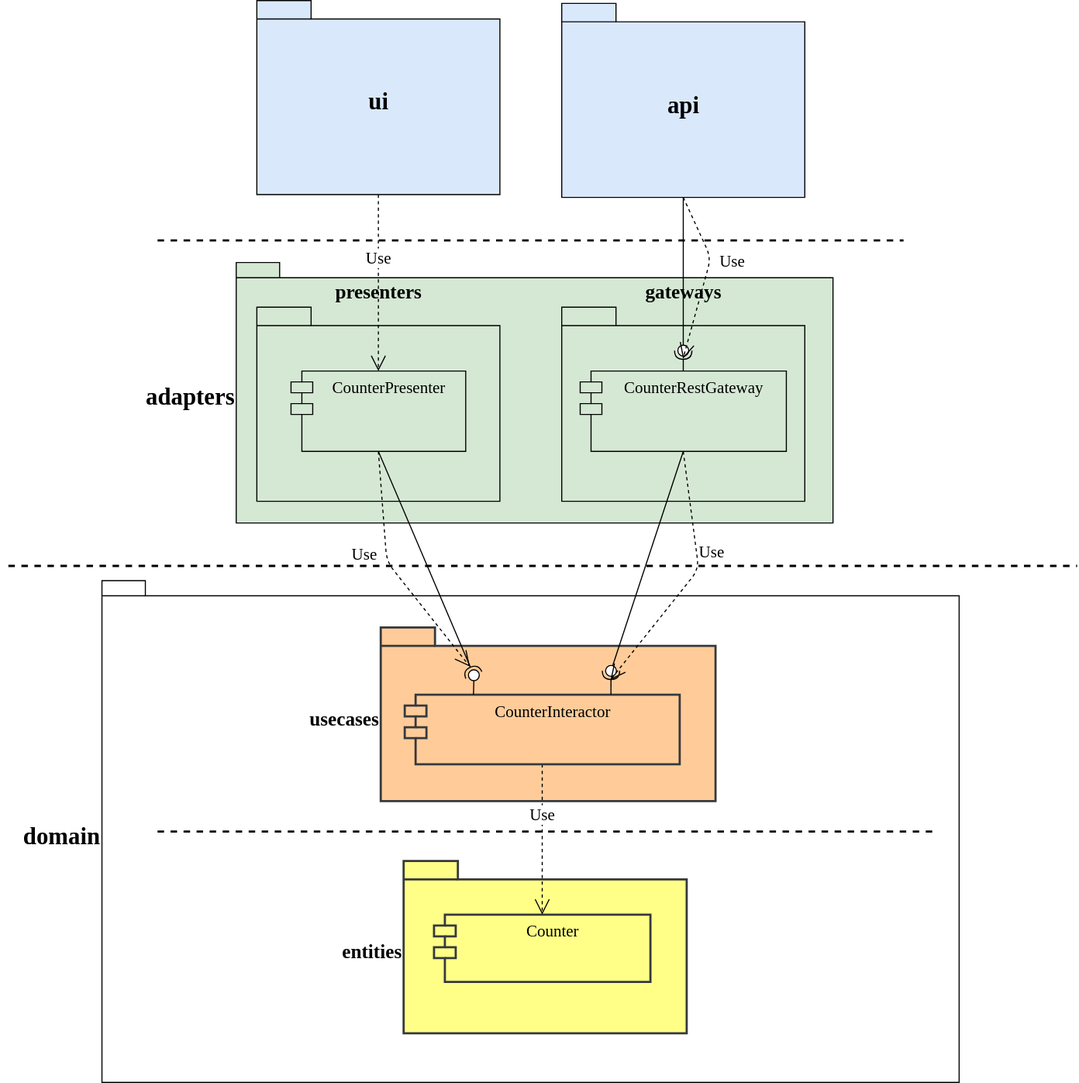
softspiders/clean-architecture-counter-starters keeps this draw.io diagram as app/diagrams/packages.uml.svg. Above is the earlier version. Source tidied: cells renumbered, new cells last; positions are measured from the earlier drawing's top-left corner, leaving out a move shared by most shapes.
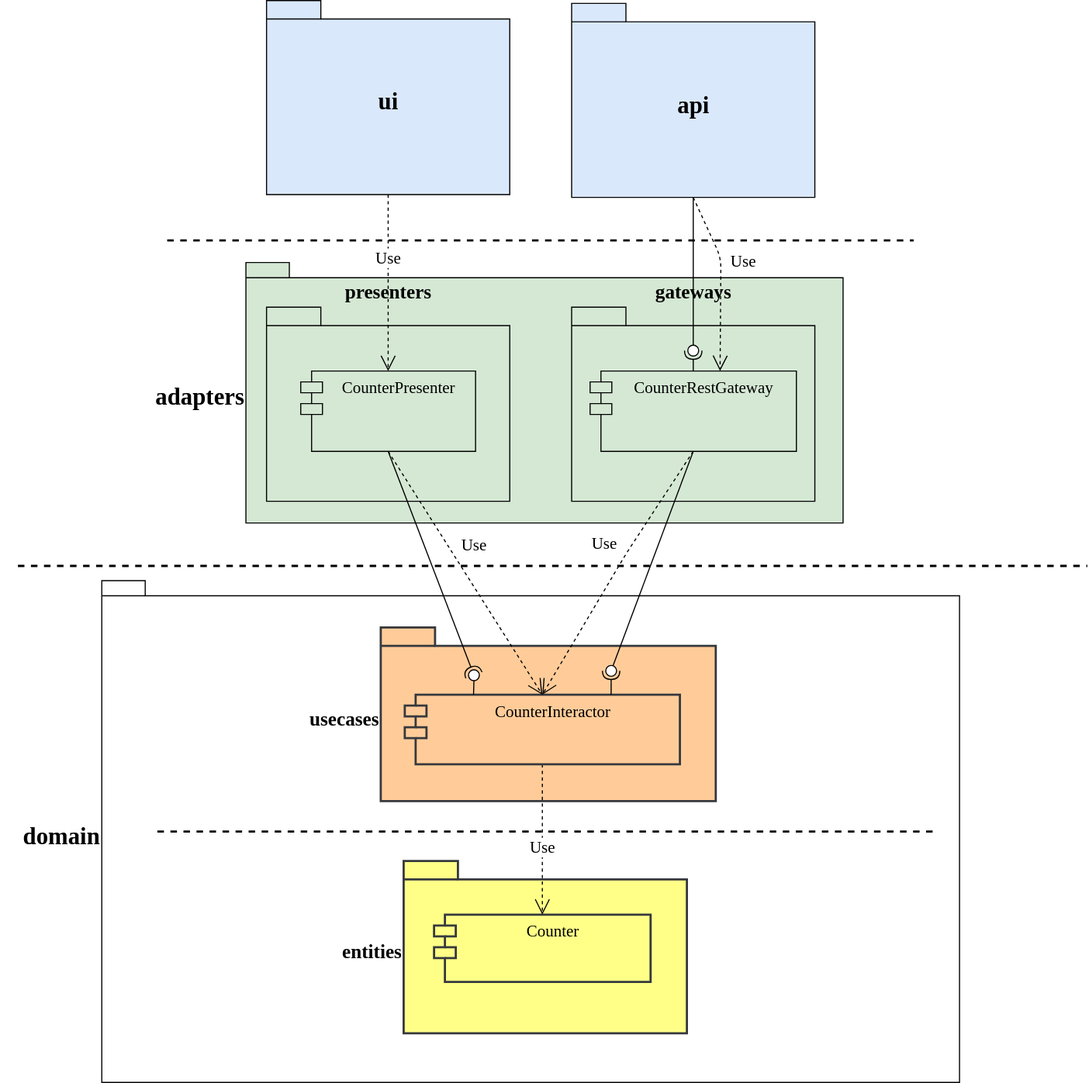
Above is the later version.

Change to the diagram source:
```diff
@@ -3,7 +3,7 @@
     <mxCell id="0" />
     <mxCell id="1" parent="0" />
     <mxCell id="2" style="group;strokeColor=none;" parent="1" vertex="1">
-      <mxGeometry x="86.2" y="534.5" width="790" height="462.5" as="geometry" />
+      <mxGeometry x="77.2" y="534.5" width="790" height="462.5" as="geometry" />
     </mxCell>
     <mxCell id="3" value="&lt;font style=&quot;font-size: 22px&quot;&gt;domain&lt;/font&gt;" style="shape=folder;fontStyle=1;spacingTop=10;tabWidth=40;tabHeight=14;tabPosition=left;html=1;fontSize=15;labelPosition=left;verticalLabelPosition=middle;align=right;verticalAlign=middle;fontFamily=Verdana;" parent="2" vertex="1">
       <mxGeometry width="790" height="462.5" as="geometry" />
@@ -21,7 +21,7 @@
       <mxGeometry x="256.9" y="43.1" width="308.5" height="160" as="geometry" />
     </mxCell>
     <mxCell id="8" value="Use" style="endArrow=open;endSize=12;dashed=1;html=1;fontFamily=Verdana;fontSize=15;exitX=0.5;exitY=1;exitDx=0;exitDy=0;entryX=0.5;entryY=0;entryDx=0;entryDy=0;" parent="2" edge="1" source="9" target="6">
-      <mxGeometry x="-0.34" relative="1" as="geometry" />
+      <mxGeometry x="0.1" relative="1" as="geometry" />
     </mxCell>
     <mxCell id="9" value="CounterInteractor" style="shape=module;align=left;spacingLeft=20;align=center;verticalAlign=top;fontFamily=Verdana;fontSize=15;fillColor=#ffcc99;strokeColor=#36393d;strokeWidth=2;" parent="2" vertex="1">
       <mxGeometry x="279.1" y="105.1" width="253.4" height="64.1" as="geometry" />
@@ -77,16 +77,16 @@
     <mxCell id="26" style="rounded=0;jettySize=auto;html=1;endArrow=none;endFill=0;fontFamily=Verdana;fontSize=15;exitX=0.5;exitY=1;exitDx=0;exitDy=0;" parent="1" edge="1" source="19" target="11">
       <mxGeometry relative="1" as="geometry" />
     </mxCell>
-    <mxCell id="27" value="Use" style="endArrow=open;endSize=12;dashed=1;html=1;fontFamily=Verdana;fontSize=15;exitX=0.5;exitY=1;exitDx=0;exitDy=0;entryX=0.449;entryY=1.33;entryDx=0;entryDy=0;entryPerimeter=0;" parent="1" edge="1" source="19" target="11">
-      <mxGeometry x="-0.21" y="14" relative="1" as="geometry">
+    <mxCell id="27" value="Use" style="endArrow=open;endSize=12;dashed=1;html=1;fontFamily=Verdana;fontSize=15;exitX=0.5;exitY=1;exitDx=0;exitDy=0;entryX=0.5;entryY=0;entryDx=0;entryDy=0;" parent="1" edge="1" source="19" target="9">
+      <mxGeometry x="-0.14" y="-22" relative="1" as="geometry">
         <Array as="points">
-          <mxPoint x="636.2" y="524" />
+          <mxPoint x="560" y="510" />
         </Array>
+        <mxPoint x="-1" y="1" as="offset" />
       </mxGeometry>
     </mxCell>
-    <mxCell id="28" value="Use" style="endArrow=open;endSize=12;dashed=1;html=1;fontFamily=Verdana;fontSize=15;exitX=0.5;exitY=1;exitDx=0;exitDy=0;exitPerimeter=0;" parent="1" edge="1" source="31">
+    <mxCell id="28" value="Use" style="endArrow=open;endSize=12;dashed=1;html=1;fontFamily=Verdana;fontSize=15;exitX=0.5;exitY=1;exitDx=0;exitDy=0;exitPerimeter=0;entryX=0.63;entryY=-0.001;entryDx=0;entryDy=0;entryPerimeter=0;" parent="1" edge="1" source="31" target="19">
       <mxGeometry x="-0.18" y="20" relative="1" as="geometry">
-        <mxPoint x="621.8" y="330" as="targetPoint" />
         <Array as="points">
           <mxPoint x="647.5" y="237" />
         </Array>
@@ -102,13 +102,8 @@
     <mxCell id="31" value="&lt;font style=&quot;font-size: 22px&quot;&gt;api&lt;/font&gt;" style="shape=folder;fontStyle=1;spacingTop=10;tabWidth=50;tabHeight=17;tabPosition=left;html=1;rounded=0;shadow=0;comic=0;labelBackgroundColor=none;strokeWidth=1;fontFamily=Verdana;fontSize=18;align=center;labelPosition=center;verticalLabelPosition=middle;verticalAlign=middle;fillColor=#dae8fc;strokeColor=#000000;" parent="1" vertex="1">
       <mxGeometry x="510" y="2.6" width="224" height="178.8" as="geometry" />
     </mxCell>
-    <mxCell id="32" value="Use" style="endArrow=open;endSize=12;dashed=1;html=1;fontFamily=Verdana;fontSize=15;exitX=0.5;exitY=1;exitDx=0;exitDy=0;" parent="1" edge="1" source="22">
-      <mxGeometry x="-0.18" y="-20" relative="1" as="geometry">
-        <mxPoint x="425.3" y="613.8" as="targetPoint" />
-        <Array as="points">
-          <mxPoint x="348.8" y="517" />
-        </Array>
-      </mxGeometry>
+    <mxCell id="32" value="Use" style="endArrow=open;endSize=12;dashed=1;html=1;fontFamily=Verdana;fontSize=15;exitX=0.5;exitY=1;exitDx=0;exitDy=0;entryX=0.5;entryY=0;entryDx=0;entryDy=0;" parent="1" edge="1" source="22" target="9">
+      <mxGeometry x="-0.14" y="21" relative="1" as="geometry" />
     </mxCell>
     <mxCell id="33" style="rounded=0;jettySize=auto;html=1;endArrow=halfCircle;endFill=0;entryX=0.5;entryY=0.5;entryDx=0;entryDy=0;endSize=6;strokeWidth=1;fontFamily=Verdana;fontSize=12;exitX=0.5;exitY=1;exitDx=0;exitDy=0;" parent="1" edge="1" source="22" target="14">
       <mxGeometry relative="1" as="geometry" />
```
